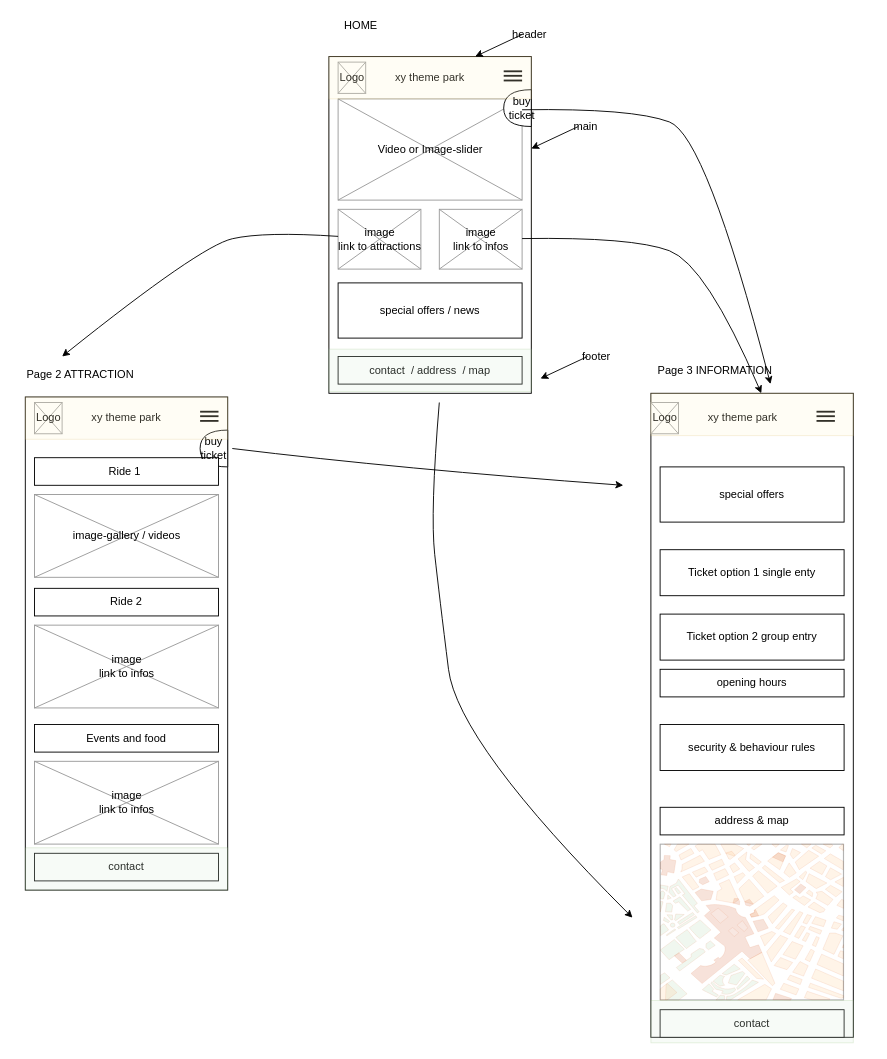
Earlier version of the draw.io diagram themepark_mobile.drawio (meflix/themepark). Source tidied: cells renumbered, new cells numbered last; positions are measured from the earlier drawing's top-left corner, leaving out a move shared by most shapes. Both pictures are drawn from the tidied source at 92%, with x=0, y=0 at pixel (16, 16).
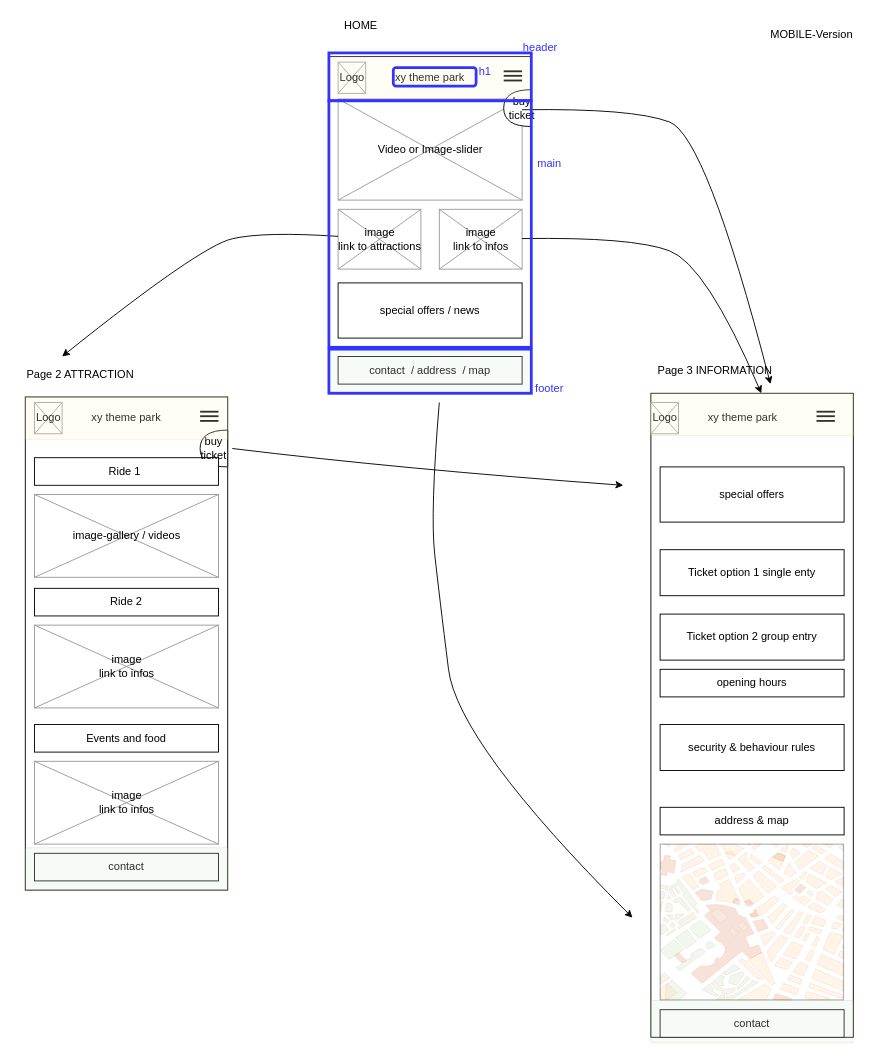
The same page after the edit.

Unchanged cells that the change refers to:
```xml
<mxCell id="33" style="rounded=0;whiteSpace=wrap;html=1;labelBackgroundColor=none;opacity=20;fillColor=#fff2cc;strokeColor=#d6b656;" parent="1" vertex="1">
  <mxGeometry x="340" y="44" width="220" height="46" as="geometry" />
</mxCell>
```

Change to the diagram source:
```diff
@@
-    <mxCell id="34" style="endArrow=classic;html=1;strokeWidth=1;" parent="1" edge="1" target="33">
-      <mxGeometry relative="1" as="geometry">
-        <mxPoint x="550" y="20" as="sourcePoint" />
-      </mxGeometry>
-    </mxCell>
-    <mxCell id="35" value="header&amp;nbsp;" style="text;html=1;strokeColor=none;fillColor=none;align=center;verticalAlign=middle;whiteSpace=wrap;rounded=0;labelBackgroundColor=none;opacity=20;" parent="1" vertex="1">
-      <mxGeometry x="540" y="10" width="40" height="20" as="geometry" />
-    </mxCell>
-    <mxCell id="36" style="endArrow=classic;html=1;strokeWidth=1;" parent="1" edge="1">
-      <mxGeometry relative="1" as="geometry">
-        <mxPoint x="611.1" y="120" as="sourcePoint" />
-        <mxPoint x="560" y="144" as="targetPoint" />
-      </mxGeometry>
-    </mxCell>
-    <mxCell id="37" value="main&amp;nbsp;" style="text;html=1;strokeColor=none;fillColor=none;align=center;verticalAlign=middle;whiteSpace=wrap;rounded=0;labelBackgroundColor=none;opacity=20;" parent="1" vertex="1">
-      <mxGeometry x="601.1" y="110" width="40" height="20" as="geometry" />
-    </mxCell>
-    <mxCell id="38" style="endArrow=classic;html=1;strokeWidth=1;" parent="1" edge="1">
-      <mxGeometry relative="1" as="geometry">
-        <mxPoint x="621.1" y="370" as="sourcePoint" />
-        <mxPoint x="570" y="394" as="targetPoint" />
-      </mxGeometry>
-    </mxCell>
-    <mxCell id="39" value="footer" style="text;html=1;strokeColor=none;fillColor=none;align=center;verticalAlign=middle;whiteSpace=wrap;rounded=0;labelBackgroundColor=none;opacity=20;" parent="1" vertex="1">
-      <mxGeometry x="611.1" y="360" width="40" height="20" as="geometry" />
-    </mxCell>
@@
+    <mxCell id="65" value="MOBILE-Version" style="text;html=1;strokeColor=none;fillColor=none;align=center;verticalAlign=middle;whiteSpace=wrap;rounded=0;" parent="1" vertex="1">
+      <mxGeometry x="800" y="10" width="130" height="20" as="geometry" />
+    </mxCell>
+    <mxCell id="66" style="rounded=0;whiteSpace=wrap;html=1;strokeWidth=3;fillColor=none;strokeColor=#3333FF;" parent="1" vertex="1">
+      <mxGeometry x="340" y="40" width="220" height="52" as="geometry" />
+    </mxCell>
+    <mxCell id="35" value="&lt;font color=&quot;#3333ff&quot;&gt;header&lt;/font&gt;" style="text;html=1;strokeColor=none;align=center;verticalAlign=middle;whiteSpace=wrap;rounded=0;" parent="1" vertex="1">
+      <mxGeometry x="550" y="24" width="40" height="20" as="geometry" />
+    </mxCell>
+    <mxCell id="67" style="rounded=1;whiteSpace=wrap;html=1;strokeWidth=3;fillColor=none;strokeColor=#3333FF;" parent="1" vertex="1">
+      <mxGeometry x="410" y="56" width="90" height="20" as="geometry" />
+    </mxCell>
+    <mxCell id="68" value="&lt;font color=&quot;#3333ff&quot;&gt;h1&lt;/font&gt;" style="text;html=1;strokeColor=none;align=center;verticalAlign=middle;whiteSpace=wrap;rounded=0;" parent="1" vertex="1">
+      <mxGeometry x="490" y="50" width="40" height="20" as="geometry" />
+    </mxCell>
+    <mxCell id="69" style="rounded=0;whiteSpace=wrap;html=1;strokeWidth=3;fillColor=none;strokeColor=#3333FF;" parent="1" vertex="1">
+      <mxGeometry x="340" y="92" width="220" height="268" as="geometry" />
+    </mxCell>
+    <mxCell id="37" value="&lt;font color=&quot;#3333ff&quot;&gt;main&lt;/font&gt;" style="text;html=1;strokeColor=none;align=center;verticalAlign=middle;whiteSpace=wrap;rounded=0;" parent="1" vertex="1">
+      <mxGeometry x="560" y="150" width="40" height="20" as="geometry" />
+    </mxCell>
+    <mxCell id="70" style="rounded=0;whiteSpace=wrap;html=1;strokeWidth=3;fillColor=none;strokeColor=#3333FF;" parent="1" vertex="1">
+      <mxGeometry x="340" y="362" width="220" height="48" as="geometry" />
+    </mxCell>
+    <mxCell id="39" value="&lt;font color=&quot;#3333ff&quot;&gt;footer&lt;/font&gt;" style="text;html=1;strokeColor=none;align=center;verticalAlign=middle;whiteSpace=wrap;rounded=0;" parent="1" vertex="1">
+      <mxGeometry x="560" y="395" width="40" height="20" as="geometry" />
+    </mxCell>
```
